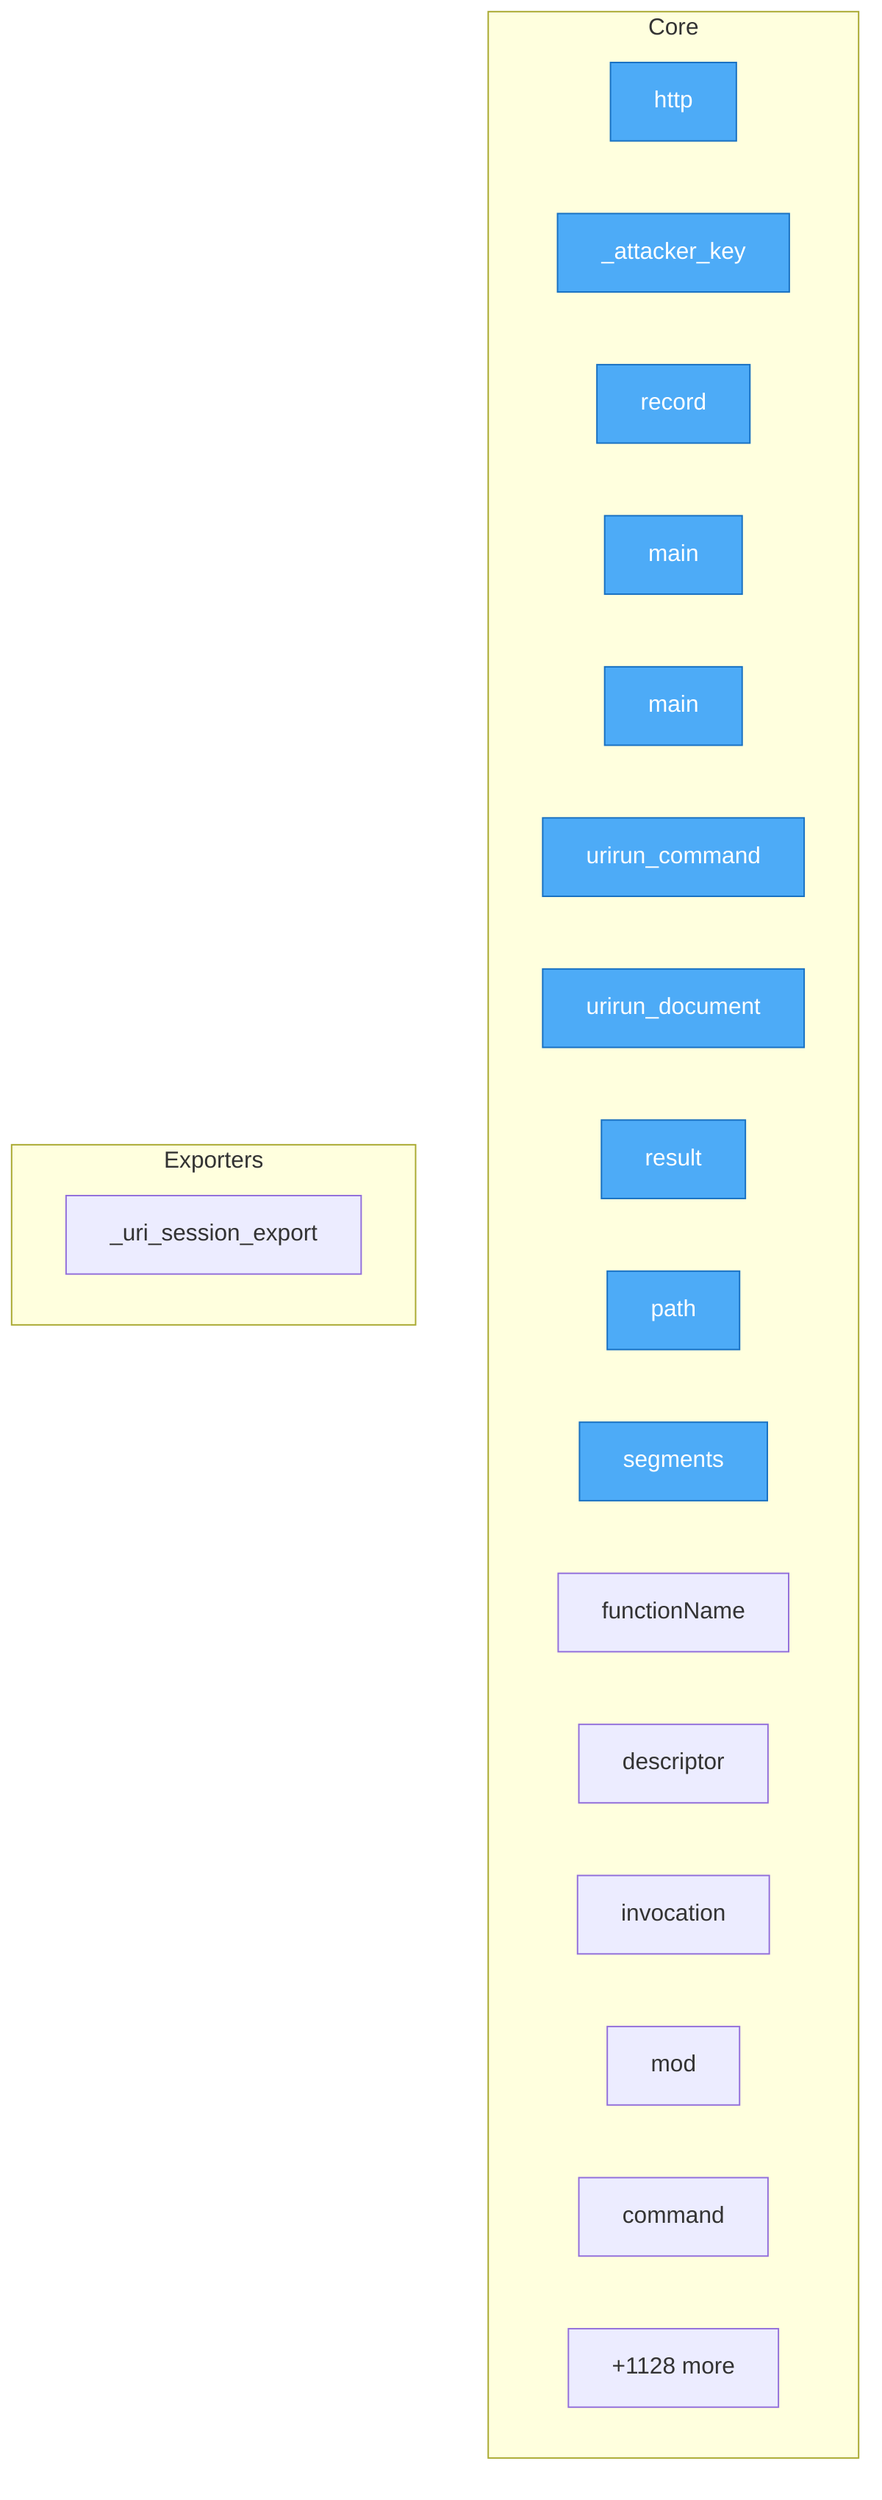
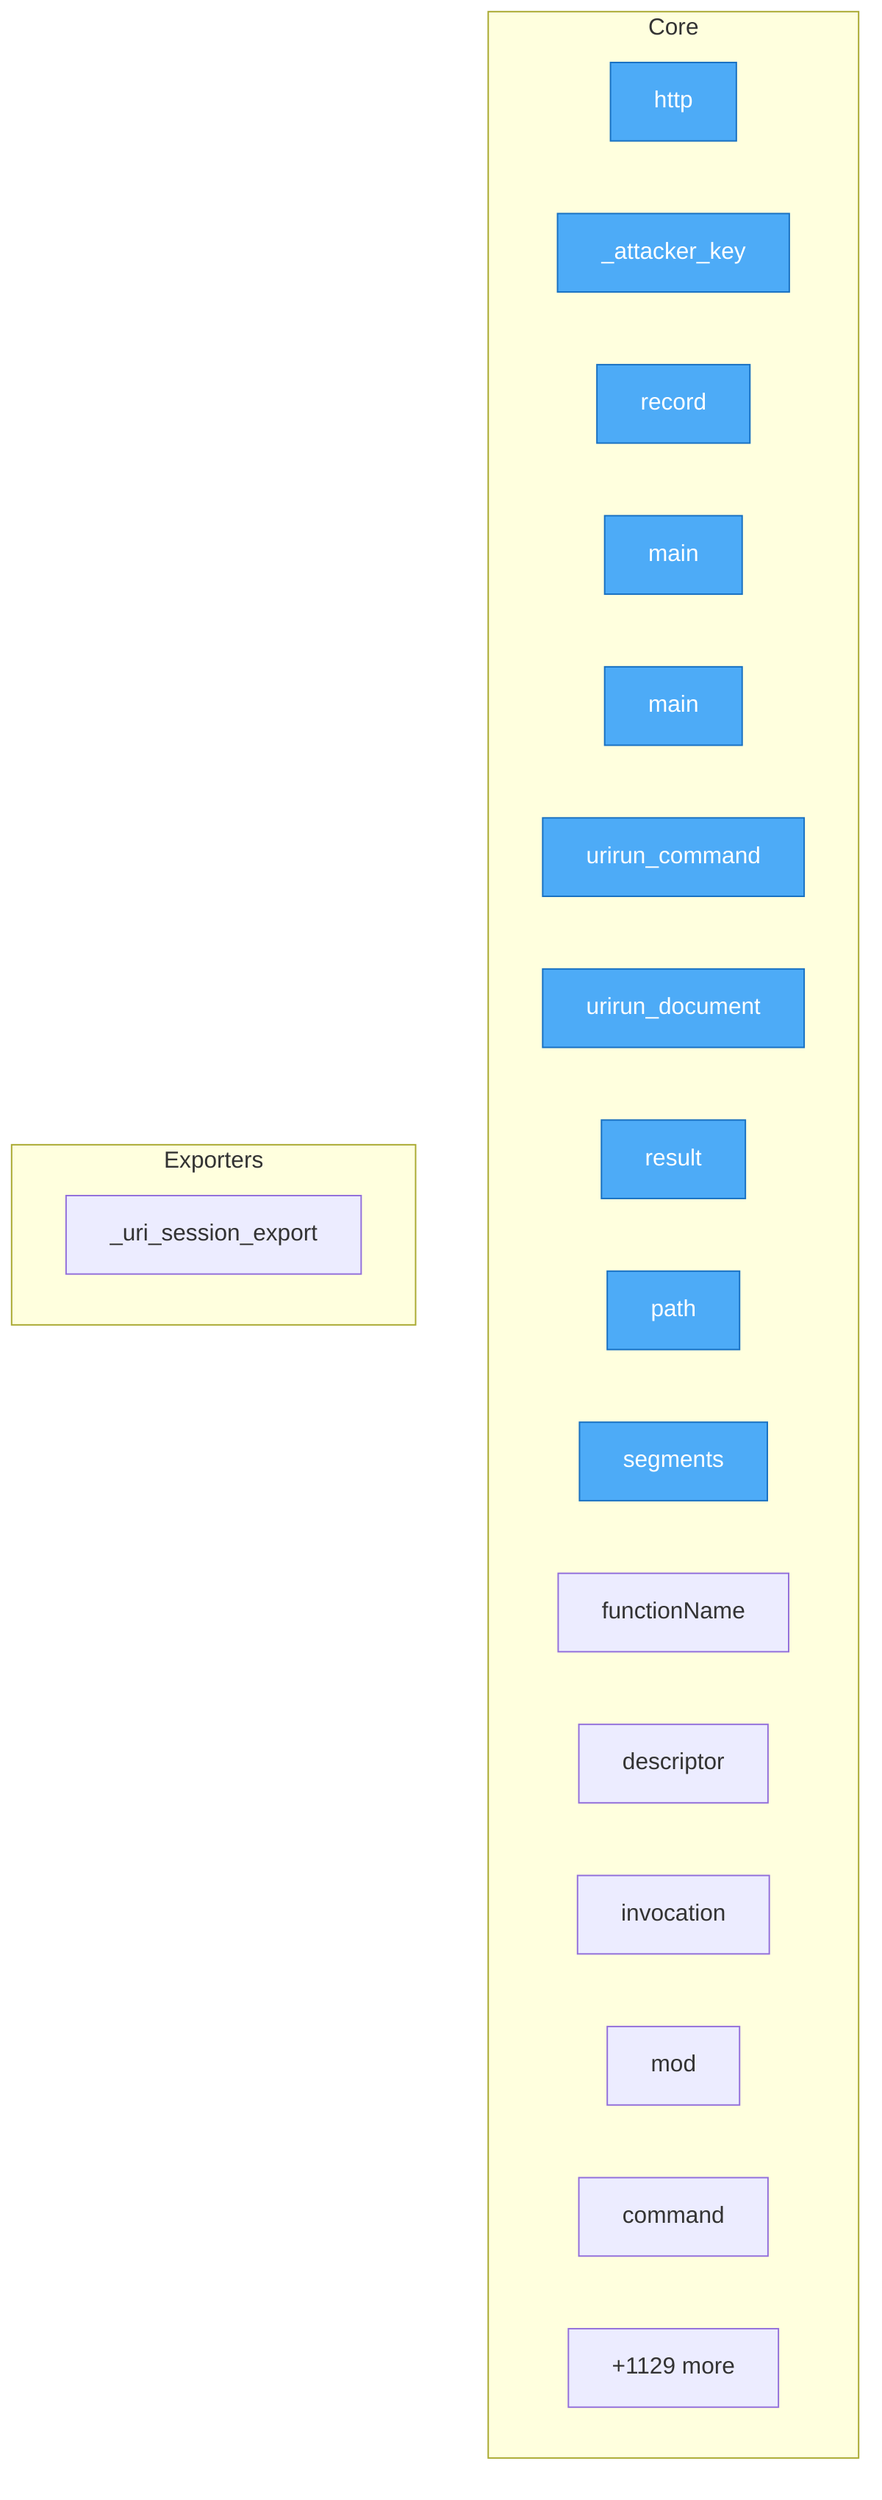
flowchart TD
- %% generated in 0.07s
+ %% generated in 0.14s

    %% Entry points (blue)
    classDef entry fill:#4dabf7,stroke:#1971c2,color:#fff

    subgraph Core
        security__mesh_probe__probe__http["http"]
        security__mesh_probe__probe___attacker_key["_attacker_key"]
        security__mesh_probe__probe__record["record"]
        adapters__conformance__main["main"]
        adapters__new_connector__main["main"]
        adapters__bash__urirun__urirun_command["urirun_command"]
        adapters__bash__urirun__urirun_document["urirun_document"]
        adapters__js__index__test__result["result"]
        adapters__js__path["path"]
        adapters__js__segments["segments"]
        adapters__js__functionName["functionName"]
        adapters__js__descriptor["descriptor"]
        adapters__js__invocation["invocation"]
        adapters__js__mod["mod"]
        adapters__java__Urirun__Urirun__command["command"]
-         ...["+1128 more"]
+         ...["+1129 more"]
    end

    subgraph Exporters
        adapters__python__urirun__node__skill___uri_session_export["_uri_session_export"]
    end

    class security__mesh_probe__probe__http,security__mesh_probe__probe___attacker_key,security__mesh_probe__probe__record,adapters__conformance__main,adapters__new_connector__main,adapters__bash__urirun__urirun_command,adapters__bash__urirun__urirun_document,adapters__js__index__test__result,adapters__js__path,adapters__js__segments entry
